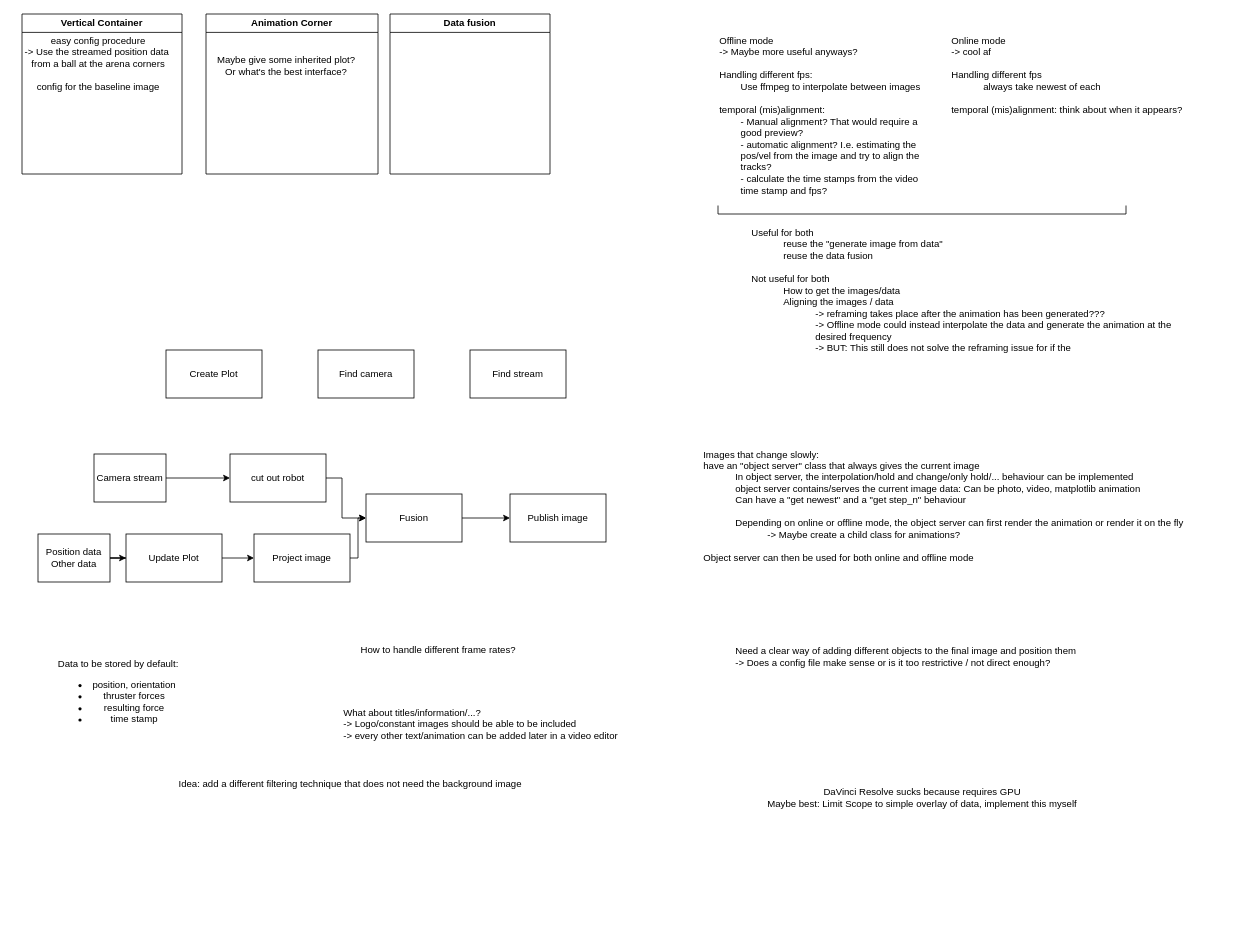
Before: notes/plan.drawio in raphael-jms/SRL-data-fusion, a draw.io diagram. Source tidied: cells renumbered, new cells numbered last; positions are measured from the earlier drawing's top-left corner, leaving out a move shared by most shapes. Both pictures are drawn from the tidied source at 80%, with x=0, y=0 at pixel (14, 14).
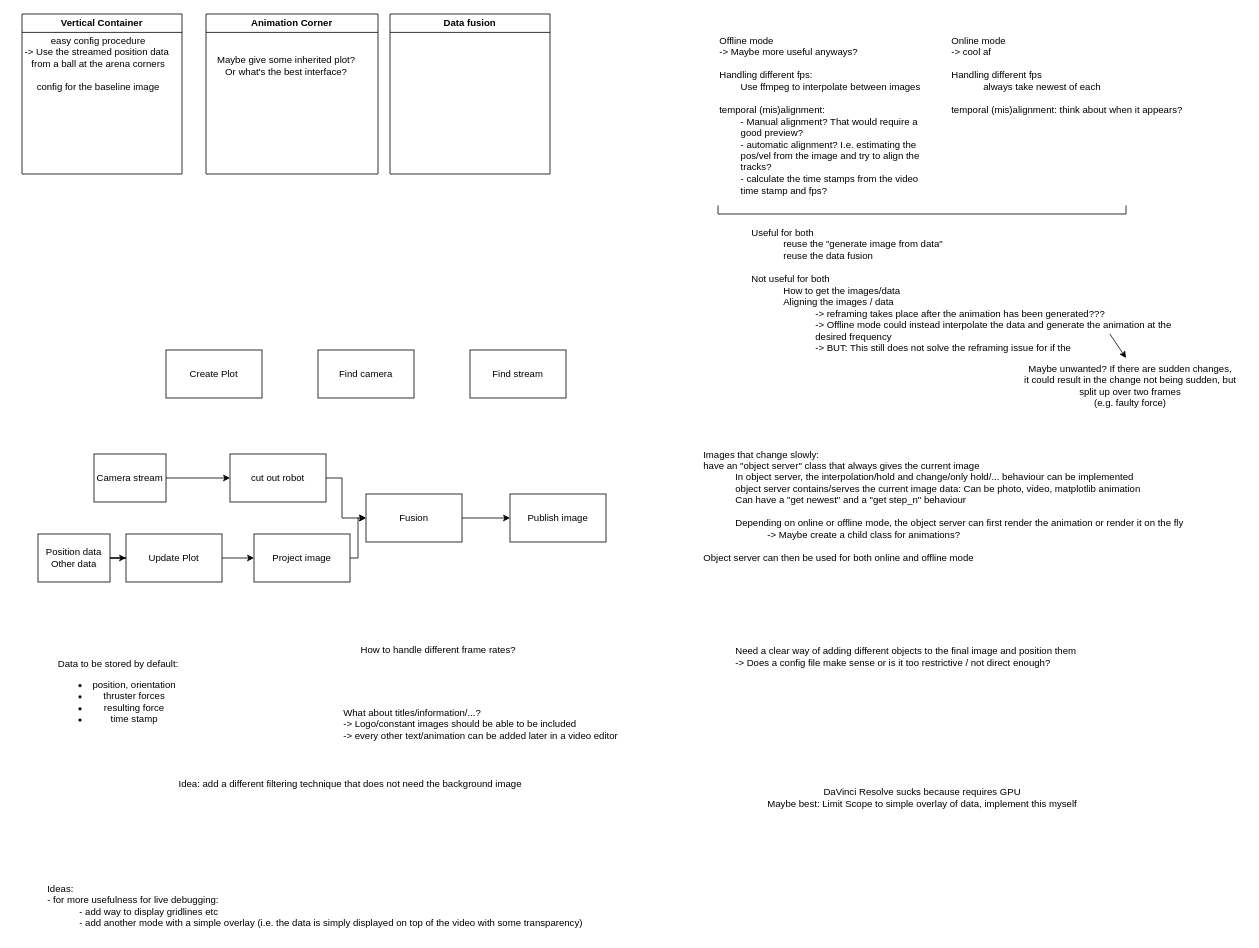
Above is the later version.

Commit message (it also covers changes not shown here):
made data fusiona  better structured class

Unchanged cells that the change refers to:
```xml
<mxCell id="28" value="Useful for both&lt;blockquote style=&quot;margin: 0 0 0 40px; border: none; padding: 0px;&quot;&gt;&lt;div&gt;reuse the &quot;generate image from data&quot;&lt;/div&gt;&lt;/blockquote&gt;&lt;blockquote style=&quot;margin: 0 0 0 40px; border: none; padding: 0px;&quot;&gt;&lt;div&gt;reuse the data fusion&lt;/div&gt;&lt;/blockquote&gt;&lt;div&gt;&lt;br&gt;&lt;/div&gt;&lt;div&gt;Not useful for both&lt;/div&gt;&lt;blockquote style=&quot;margin: 0 0 0 40px; border: none; padding: 0px;&quot;&gt;&lt;div&gt;How to get the images/data&amp;nbsp;&lt;/div&gt;&lt;div&gt;&lt;span style=&quot;background-color: transparent; color: light-dark(rgb(0, 0, 0), rgb(255, 255, 255));&quot;&gt;Aligning the images / data&lt;/span&gt;&lt;/div&gt;&lt;/blockquote&gt;&lt;blockquote style=&quot;margin: 0 0 0 40px; border: none; padding: 0px;&quot;&gt;&lt;blockquote style=&quot;margin: 0 0 0 40px; border: none; padding: 0px;&quot;&gt;&lt;div&gt;-&amp;gt; reframing takes place after the animation has been generated???&lt;/div&gt;&lt;/blockquote&gt;&lt;/blockquote&gt;&lt;blockquote style=&quot;margin: 0 0 0 40px; border: none; padding: 0px;&quot;&gt;&lt;blockquote style=&quot;margin: 0 0 0 40px; border: none; padding: 0px;&quot;&gt;&lt;div&gt;-&amp;gt; Offline mode could instead interpolate the data and generate the animation at the desired frequency&lt;/div&gt;&lt;div&gt;-&amp;gt; BUT: This still does not solve the reframing issue for if the&amp;nbsp;&lt;/div&gt;&lt;/blockquote&gt;&lt;/blockquote&gt;" style="text;html=1;align=left;verticalAlign=top;whiteSpace=wrap;rounded=0;" parent="1" vertex="1">
  <mxGeometry x="920" y="260" width="540" height="150" as="geometry" />
</mxCell>
```

The edit, as a diff of the source:
```diff
@@
+    <mxCell id="34" value="Ideas:&lt;div&gt;- for more usefulness for live debugging:&lt;/div&gt;&lt;blockquote style=&quot;margin: 0 0 0 40px; border: none; padding: 0px;&quot;&gt;- add way to display gridlines etc&lt;/blockquote&gt;&lt;blockquote style=&quot;margin: 0 0 0 40px; border: none; padding: 0px;&quot;&gt;- add another mode with a simple overlay (i.e. the data is simply displayed on top of the video with some transparency)&lt;/blockquote&gt;" style="text;html=1;align=left;verticalAlign=top;strokeColor=none;fillColor=none;" parent="1" vertex="1">
+      <mxGeometry x="40" y="1080" width="690" height="70" as="geometry" />
+    </mxCell>
+    <mxCell id="35" style="endArrow=classic;html=1;rounded=0;exitX=0.833;exitY=0.933;exitDx=0;exitDy=0;exitPerimeter=0;" parent="1" edge="1" source="28">
+      <mxGeometry relative="1" as="geometry">
+        <mxPoint x="1390" y="430" as="targetPoint" />
+      </mxGeometry>
+    </mxCell>
+    <mxCell id="36" value="Maybe unwanted? If there are sudden changes,&lt;div&gt;it could result in the change not being sudden, but&lt;/div&gt;&lt;div&gt;split up over two frames&lt;/div&gt;&lt;div&gt;(e.g. faulty force)&lt;/div&gt;" style="text;html=1;align=center;verticalAlign=top;strokeColor=none;fillColor=none;" parent="1" vertex="1">
+      <mxGeometry x="1250" y="430" width="290" height="70" as="geometry" />
+    </mxCell>
```
